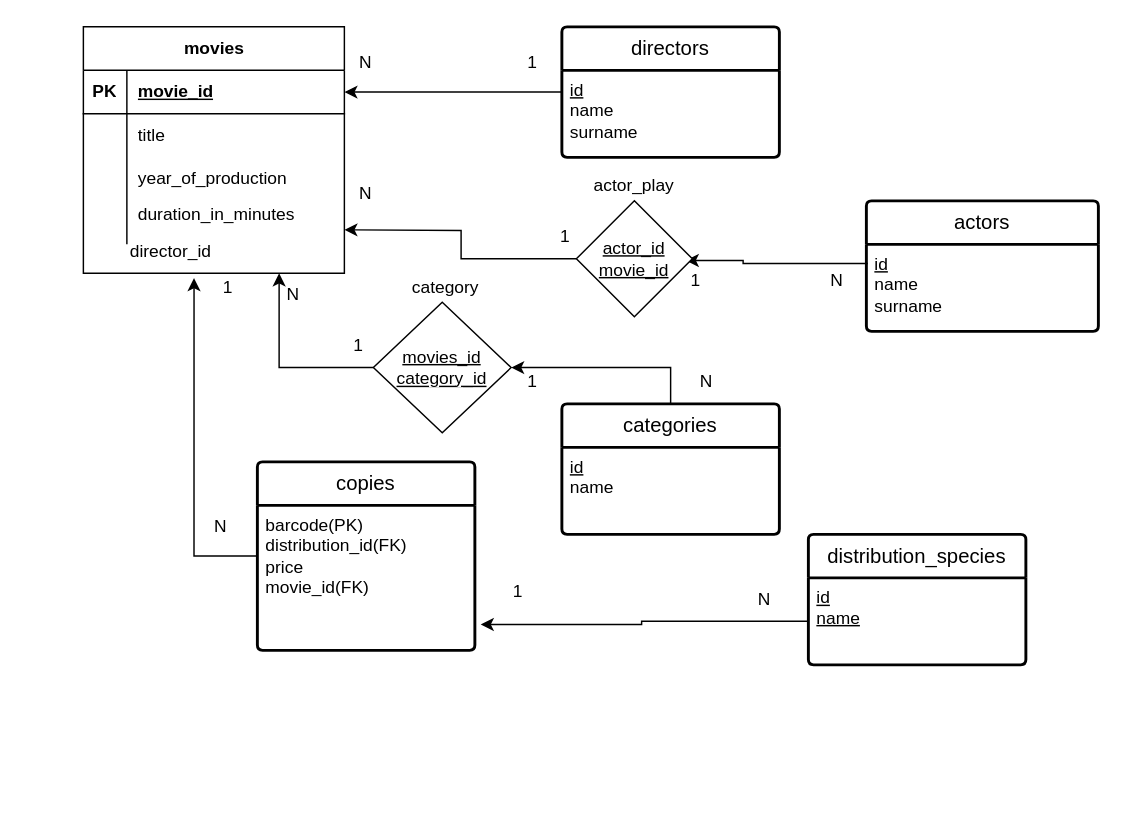
Before: Untitled Diagram.drawio in serendipity019/CodingFactoryJavaLessons, a draw.io diagram. Source tidied: cells renumbered, new cells numbered last; positions are measured from the earlier drawing's top-left corner, leaving out a move shared by most shapes. Both pictures are drawn from the tidied source at 145%, with x=0, y=0 at pixel (83, 26).
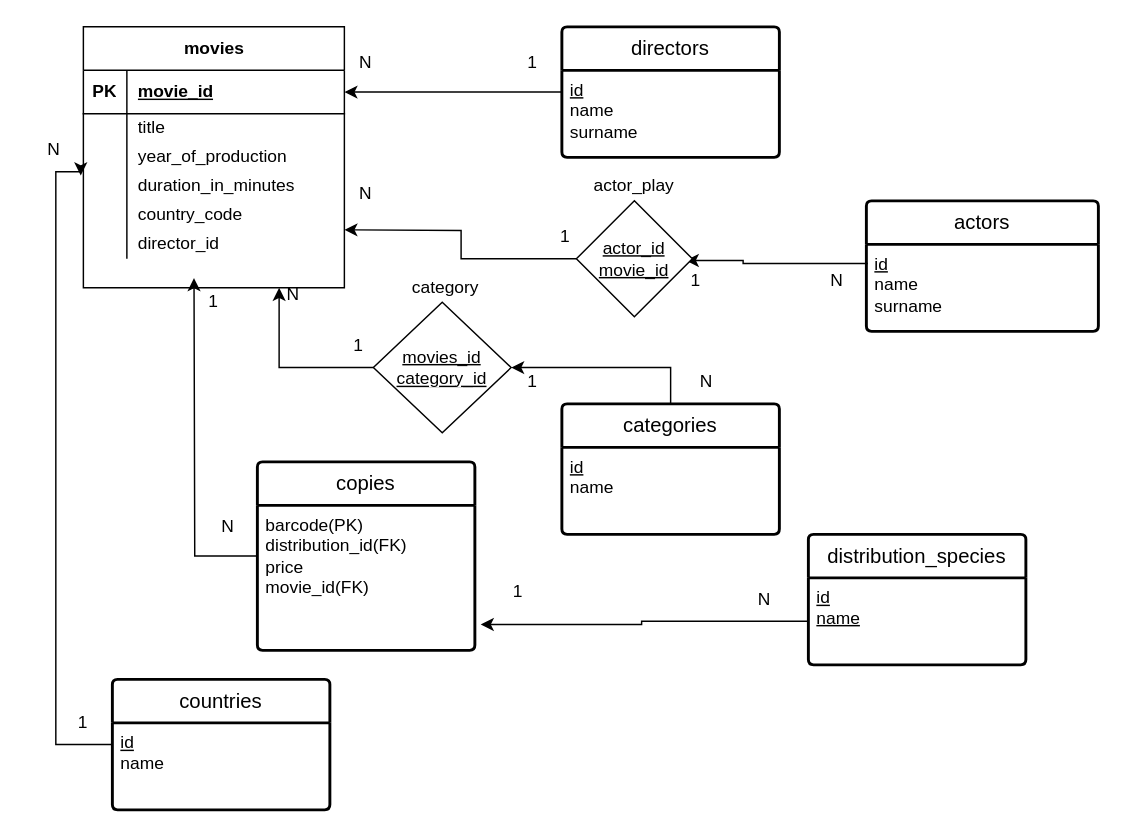
The same page after the edit.

Unchanged cells that the change refers to:
```xml
<mxCell id="25" value="copies" style="swimlane;horizontal=1;startSize=30;rounded=1;fontSize=14;fontStyle=0;strokeWidth=2;shadow=0;dashed=0;align=center;arcSize=4;whiteSpace=wrap;html=1;" parent="1" vertex="1">
  <mxGeometry x="120" y="300" width="150" height="130" as="geometry" />
</mxCell>
```

The edit, as a diff of the source:
```diff
@@
     <mxCell id="3" value="movies" style="shape=table;startSize=30;childLayout=tableLayout;rowLines=0;fontStyle=1;align=center;html=1;" parent="1" vertex="1">
-      <mxGeometry width="180" height="170" as="geometry" />
+      <mxGeometry width="180" height="180" as="geometry" />
     </mxCell>
@@
     <mxCell id="7" style="shape=tableRow;horizontal=0;startSize=0;swimlaneHead=0;swimlaneBody=0;fillColor=none;top=0;left=0;right=0;bottom=0;" parent="3" vertex="1">
-      <mxGeometry y="60" width="180" height="30" as="geometry" />
+      <mxGeometry y="60" width="180" height="20" as="geometry" />
     </mxCell>
     <mxCell id="8" style="shape=partialRectangle;fillColor=none;top=0;left=0;bottom=0;right=0;overflow=hidden;whiteSpace=wrap;html=1;" parent="7" vertex="1">
-      <mxGeometry width="30" height="30" as="geometry" />
+      <mxGeometry width="30" height="20" as="geometry" />
     </mxCell>
     <mxCell id="9" value="title" style="shape=partialRectangle;fillColor=none;top=0;left=0;bottom=0;right=0;align=left;spacingLeft=6;overflow=hidden;whiteSpace=wrap;html=1;" parent="7" vertex="1">
-      <mxGeometry x="30" width="150" height="30" as="geometry" />
+      <mxGeometry x="30" width="150" height="20" as="geometry" />
     </mxCell>
     <mxCell id="10" style="shape=tableRow;horizontal=0;startSize=0;swimlaneHead=0;swimlaneBody=0;fillColor=none;top=0;left=0;right=0;bottom=0;" parent="3" vertex="1">
-      <mxGeometry y="90" width="180" height="30" as="geometry" />
+      <mxGeometry y="80" width="180" height="20" as="geometry" />
     </mxCell>
     <mxCell id="11" style="shape=partialRectangle;fillColor=none;top=0;left=0;bottom=0;right=0;overflow=hidden;whiteSpace=wrap;html=1;" parent="10" vertex="1">
-      <mxGeometry width="30" height="30" as="geometry" />
+      <mxGeometry width="30" height="20" as="geometry" />
     </mxCell>
     <mxCell id="12" value="year_of_production" style="shape=partialRectangle;fillColor=none;top=0;left=0;bottom=0;right=0;align=left;spacingLeft=6;overflow=hidden;whiteSpace=wrap;html=1;" parent="10" vertex="1">
-      <mxGeometry x="30" width="150" height="30" as="geometry" />
+      <mxGeometry x="30" width="150" height="20" as="geometry" />
     </mxCell>
     <mxCell id="13" style="shape=tableRow;horizontal=0;startSize=0;swimlaneHead=0;swimlaneBody=0;fillColor=none;points=[[0,0.5],[1,0.5]];portConstraint=eastwest;top=0;left=0;right=0;bottom=0;" parent="3" vertex="1">
-      <mxGeometry y="120" width="180" height="30" as="geometry" />
+      <mxGeometry y="100" width="180" height="20" as="geometry" />
     </mxCell>
     <mxCell id="14" style="shape=partialRectangle;fillColor=none;top=0;left=0;bottom=0;right=0;overflow=hidden;whiteSpace=wrap;html=1;" parent="13" vertex="1">
-      <mxGeometry width="30" height="30" as="geometry" />
+      <mxGeometry width="30" height="20" as="geometry" />
     </mxCell>
     <mxCell id="15" value="&lt;div&gt;duration_in_minutes&lt;/div&gt;&lt;div&gt;&lt;br&gt;&lt;/div&gt;" style="shape=partialRectangle;fillColor=none;top=0;left=0;bottom=0;right=0;align=left;spacingLeft=6;overflow=hidden;whiteSpace=wrap;html=1;" parent="13" vertex="1">
-      <mxGeometry x="30" width="150" height="30" as="geometry" />
+      <mxGeometry x="30" width="150" height="20" as="geometry" />
     </mxCell>
+    <mxCell id="52" style="shape=tableRow;horizontal=0;startSize=0;swimlaneHead=0;swimlaneBody=0;fillColor=none;top=0;left=0;right=0;bottom=0;" parent="3" vertex="1">
+      <mxGeometry y="120" width="180" height="20" as="geometry" />
+    </mxCell>
+    <mxCell id="53" style="shape=partialRectangle;fillColor=none;top=0;left=0;bottom=0;right=0;overflow=hidden;whiteSpace=wrap;html=1;" parent="52" vertex="1">
+      <mxGeometry width="30" height="20" as="geometry" />
+    </mxCell>
+    <mxCell id="54" value="country_code" style="shape=partialRectangle;fillColor=none;top=0;left=0;bottom=0;right=0;align=left;spacingLeft=6;overflow=hidden;whiteSpace=wrap;html=1;" parent="52" vertex="1">
+      <mxGeometry x="30" width="150" height="20" as="geometry" />
+    </mxCell>
+    <mxCell id="55" style="shape=tableRow;horizontal=0;startSize=0;swimlaneHead=0;swimlaneBody=0;fillColor=none;top=0;left=0;right=0;bottom=0;" parent="3" vertex="1">
+      <mxGeometry y="140" width="180" height="20" as="geometry" />
+    </mxCell>
+    <mxCell id="56" style="shape=partialRectangle;fillColor=none;top=0;left=0;bottom=0;right=0;overflow=hidden;whiteSpace=wrap;html=1;" parent="55" vertex="1">
+      <mxGeometry width="30" height="20" as="geometry" />
+    </mxCell>
-    <mxCell id="16" value="director_id" style="text;html=1;align=center;verticalAlign=middle;points=[];strokeColor=none;fillColor=none;" parent="1" vertex="1">
-      <mxGeometry x="20" y="140" width="80" height="30" as="geometry" />
+    <mxCell id="16" value="director_id" style="shape=partialRectangle;fillColor=none;top=0;left=0;bottom=0;right=0;align=left;spacingLeft=6;overflow=hidden;whiteSpace=wrap;html=1;" parent="55" vertex="1">
+      <mxGeometry x="30" width="150" height="20" as="geometry" />
     </mxCell>
@@
-    <mxCell id="29" style="edgeStyle=orthogonalEdgeStyle;rounded=0;jettySize=auto;html=1;exitX=0;exitY=0.5;exitDx=0;exitDy=0;entryX=0.704;entryY=1.11;entryDx=0;entryDy=0;entryPerimeter=0;" parent="1" edge="1" source="25" target="16">
-      <mxGeometry relative="1" as="geometry" />
+    <mxCell id="29" style="edgeStyle=orthogonalEdgeStyle;rounded=0;jettySize=auto;html=1;exitX=0;exitY=0.5;exitDx=0;exitDy=0;entryX=0.704;entryY=1.11;entryDx=0;entryDy=0;entryPerimeter=0;" parent="1" edge="1" source="25">
+      <mxGeometry relative="1" as="geometry">
+        <mxPoint x="76.3" y="173.3" as="targetPoint" />
+      </mxGeometry>
     </mxCell>
@@
     <mxCell id="32" value="N" style="text;html=1;align=center;verticalAlign=middle;whiteSpace=wrap;rounded=0;" parent="1" vertex="1">
-      <mxGeometry x="20" y="330" width="150" height="30" as="geometry" />
+      <mxGeometry x="80" y="330" width="40" height="30" as="geometry" />
     </mxCell>
     <mxCell id="33" value="1" style="text;html=1;align=center;verticalAlign=middle;whiteSpace=wrap;rounded=0;" parent="1" vertex="1">
-      <mxGeometry x="80" y="170" width="40" height="20" as="geometry" />
+      <mxGeometry x="70" y="180" width="40" height="20" as="geometry" />
     </mxCell>
@@
+    <mxCell id="57" style="edgeStyle=orthogonalEdgeStyle;rounded=0;jettySize=auto;html=1;entryX=-0.01;entryY=0.126;entryDx=0;entryDy=0;entryPerimeter=0;" parent="1" edge="1" source="58" target="13">
+      <mxGeometry relative="1" as="geometry">
+        <Array as="points">
+          <mxPoint x="-19" y="495" />
+          <mxPoint x="-19" y="100" />
+          <mxPoint x="-2" y="100" />
+        </Array>
+      </mxGeometry>
+    </mxCell>
+    <mxCell id="58" value="countries" style="swimlane;horizontal=1;startSize=30;rounded=1;fontSize=14;fontStyle=0;strokeWidth=2;shadow=0;dashed=0;align=center;arcSize=4;whiteSpace=wrap;html=1;" parent="1" vertex="1">
+      <mxGeometry x="20" y="450" width="150" height="90" as="geometry" />
+    </mxCell>
+    <mxCell id="59" value="&lt;u&gt;id&lt;br&gt;&lt;/u&gt;name&lt;div&gt;&lt;u&gt;&lt;br&gt;&lt;/u&gt;&lt;/div&gt;" style="align=left;strokeColor=none;fillColor=none;spacingLeft=4;fontSize=12;verticalAlign=top;html=1;" parent="58" vertex="1">
+      <mxGeometry y="30" width="150" height="60" as="geometry" />
+    </mxCell>
+    <mxCell id="60" value="1" style="text;html=1;align=center;verticalAlign=middle;whiteSpace=wrap;rounded=0;" parent="1" vertex="1">
+      <mxGeometry x="-20" y="470" width="40" height="20" as="geometry" />
+    </mxCell>
+    <mxCell id="61" value="N" style="text;html=1;align=center;verticalAlign=middle;whiteSpace=wrap;rounded=0;" parent="1" vertex="1">
+      <mxGeometry x="-40" y="70" width="40" height="30" as="geometry" />
+    </mxCell>
```
